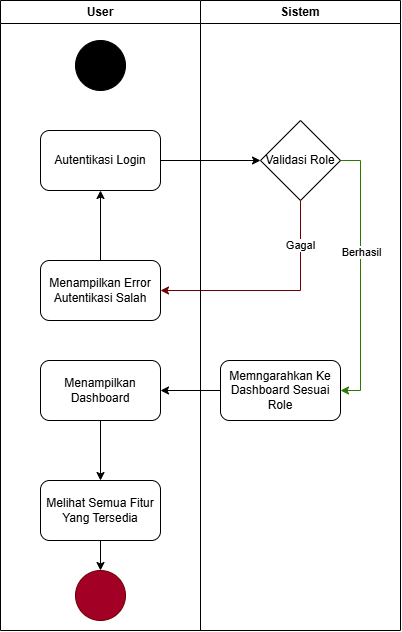
This is Docs/Use Case/activityfinal/Activity Diagram-Dashboard.drawio.png from gustitriprayoga/Sistem-Pembayaran-QR, a draw.io export, as it was before one commit. Source tidied: cells renumbered, new cells last; positions are measured from the earlier drawing's top-left corner, leaving out a move shared by most shapes. Source of this version:
```xml
<mxGraphModel>
  <root>
    <mxCell id="0" />
    <mxCell id="1" parent="0" />
    <mxCell id="2" style="ellipse;whiteSpace=wrap;html=1;fillColor=#000000;" parent="1" vertex="1">
      <mxGeometry x="75" y="40" width="50" height="50" as="geometry" />
    </mxCell>
    <mxCell id="3" style="edgeStyle=orthogonalEdgeStyle;rounded=0;jettySize=auto;html=1;exitX=1;exitY=0.5;exitDx=0;exitDy=0;entryX=0;entryY=0.5;entryDx=0;entryDy=0;" parent="1" edge="1" source="4" target="9">
      <mxGeometry relative="1" as="geometry" />
    </mxCell>
    <mxCell id="4" value="Autentikasi Login" style="rounded=1;whiteSpace=wrap;html=1;" parent="1" vertex="1">
      <mxGeometry x="40" y="130" width="120" height="60" as="geometry" />
    </mxCell>
    <mxCell id="5" style="edgeStyle=orthogonalEdgeStyle;rounded=0;jettySize=auto;html=1;exitX=1;exitY=0.5;exitDx=0;exitDy=0;entryX=1;entryY=0.5;entryDx=0;entryDy=0;fillColor=#60a917;strokeColor=#2D7600;" parent="1" edge="1" source="9" target="11">
      <mxGeometry relative="1" as="geometry" />
    </mxCell>
    <mxCell id="6" value="Berhasil" style="edgeLabel;html=1;align=center;verticalAlign=middle;" parent="5" vertex="1">
      <mxGeometry x="-0.17" y="1" relative="1" as="geometry" />
    </mxCell>
    <mxCell id="7" style="edgeStyle=orthogonalEdgeStyle;rounded=0;jettySize=auto;html=1;exitX=0.5;exitY=1;exitDx=0;exitDy=0;entryX=1;entryY=0.5;entryDx=0;entryDy=0;fillColor=#a20025;strokeColor=#6F0000;" parent="1" edge="1" source="9" target="13">
      <mxGeometry relative="1" as="geometry" />
    </mxCell>
    <mxCell id="8" value="Gagal" style="edgeLabel;html=1;align=center;verticalAlign=middle;" parent="7" vertex="1">
      <mxGeometry x="-0.61" relative="1" as="geometry" />
    </mxCell>
    <mxCell id="9" value="Validasi Role" style="rhombus;whiteSpace=wrap;html=1;" parent="1" vertex="1">
      <mxGeometry x="260" y="120" width="80" height="80" as="geometry" />
    </mxCell>
    <mxCell id="10" style="edgeStyle=orthogonalEdgeStyle;rounded=0;jettySize=auto;html=1;" parent="1" edge="1" source="11" target="15">
      <mxGeometry relative="1" as="geometry" />
    </mxCell>
    <mxCell id="11" value="Memngarahkan Ke Dashboard Sesuai Role" style="rounded=1;whiteSpace=wrap;html=1;" parent="1" vertex="1">
      <mxGeometry x="220" y="360" width="120" height="60" as="geometry" />
    </mxCell>
    <mxCell id="12" style="edgeStyle=orthogonalEdgeStyle;rounded=0;jettySize=auto;html=1;exitX=0.5;exitY=0;exitDx=0;exitDy=0;" parent="1" edge="1" source="13" target="4">
      <mxGeometry relative="1" as="geometry" />
    </mxCell>
    <mxCell id="13" value="Menampilkan Error Autentikasi Salah" style="rounded=1;whiteSpace=wrap;html=1;" parent="1" vertex="1">
      <mxGeometry x="40" y="260" width="120" height="60" as="geometry" />
    </mxCell>
    <mxCell id="14" style="edgeStyle=orthogonalEdgeStyle;rounded=0;jettySize=auto;html=1;" parent="1" edge="1" source="15" target="17">
      <mxGeometry relative="1" as="geometry" />
    </mxCell>
    <mxCell id="15" value="Menampilkan Dashboard" style="rounded=1;whiteSpace=wrap;html=1;" parent="1" vertex="1">
      <mxGeometry x="40" y="360" width="120" height="60" as="geometry" />
    </mxCell>
    <mxCell id="16" style="edgeStyle=orthogonalEdgeStyle;rounded=0;jettySize=auto;html=1;exitX=0.5;exitY=1;exitDx=0;exitDy=0;entryX=0.5;entryY=0;entryDx=0;entryDy=0;" parent="1" edge="1" source="17" target="18">
      <mxGeometry relative="1" as="geometry" />
    </mxCell>
    <mxCell id="17" value="Melihat Semua Fitur Yang Tersedia" style="rounded=1;whiteSpace=wrap;html=1;" parent="1" vertex="1">
      <mxGeometry x="40" y="480" width="120" height="60" as="geometry" />
    </mxCell>
    <mxCell id="18" style="ellipse;whiteSpace=wrap;html=1;fillColor=#a20025;fontColor=#ffffff;strokeColor=#6F0000;" parent="1" vertex="1">
      <mxGeometry x="75" y="570" width="50" height="50" as="geometry" />
    </mxCell>
    <mxCell id="19" value="User" style="swimlane;whiteSpace=wrap;html=1;" parent="1" vertex="1">
      <mxGeometry width="200" height="630" as="geometry" />
    </mxCell>
    <mxCell id="20" value="Sistem" style="swimlane;whiteSpace=wrap;html=1;" parent="1" vertex="1">
      <mxGeometry x="200" width="200" height="630" as="geometry" />
    </mxCell>
  </root>
</mxGraphModel>
```
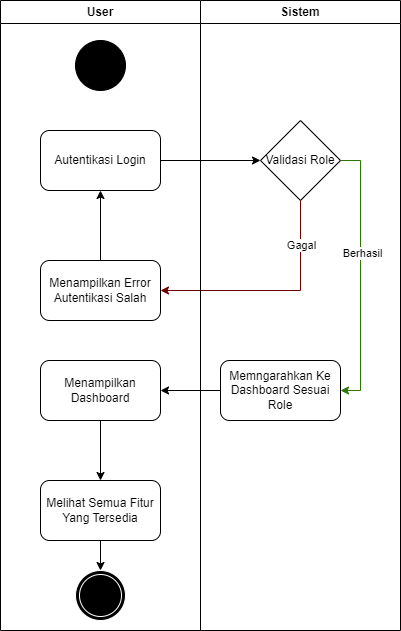
After the change.

Diff of the diagram source:
```diff
@@ -44,18 +44,20 @@
     <mxCell id="15" value="Menampilkan Dashboard" style="rounded=1;whiteSpace=wrap;html=1;" parent="1" vertex="1">
       <mxGeometry x="40" y="360" width="120" height="60" as="geometry" />
     </mxCell>
-    <mxCell id="16" style="edgeStyle=orthogonalEdgeStyle;rounded=0;jettySize=auto;html=1;exitX=0.5;exitY=1;exitDx=0;exitDy=0;entryX=0.5;entryY=0;entryDx=0;entryDy=0;" parent="1" edge="1" source="17" target="18">
-      <mxGeometry relative="1" as="geometry" />
+    <mxCell id="16" style="edgeStyle=orthogonalEdgeStyle;rounded=0;jettySize=auto;html=1;exitX=0.5;exitY=1;exitDx=0;exitDy=0;entryX=0.5;entryY=0;entryDx=0;entryDy=0;" parent="1" edge="1" source="17">
+      <mxGeometry relative="1" as="geometry">
+        <mxPoint x="100" y="570" as="targetPoint" />
+      </mxGeometry>
     </mxCell>
     <mxCell id="17" value="Melihat Semua Fitur Yang Tersedia" style="rounded=1;whiteSpace=wrap;html=1;" parent="1" vertex="1">
       <mxGeometry x="40" y="480" width="120" height="60" as="geometry" />
     </mxCell>
-    <mxCell id="18" style="ellipse;whiteSpace=wrap;html=1;fillColor=#a20025;fontColor=#ffffff;strokeColor=#6F0000;" parent="1" vertex="1">
-      <mxGeometry x="75" y="570" width="50" height="50" as="geometry" />
-    </mxCell>
     <mxCell id="19" value="User" style="swimlane;whiteSpace=wrap;html=1;" parent="1" vertex="1">
       <mxGeometry width="200" height="630" as="geometry" />
     </mxCell>
+    <mxCell id="21" style="ellipse;shape=doubleEllipse;whiteSpace=wrap;html=1;fillColor=#000000;fontColor=#ffffff;strokeColor=#FFFFFF;" parent="19" vertex="1">
+      <mxGeometry x="75" y="570" width="50" height="50" as="geometry" />
+    </mxCell>
     <mxCell id="20" value="Sistem" style="swimlane;whiteSpace=wrap;html=1;" parent="1" vertex="1">
       <mxGeometry x="200" width="200" height="630" as="geometry" />
     </mxCell>
```
